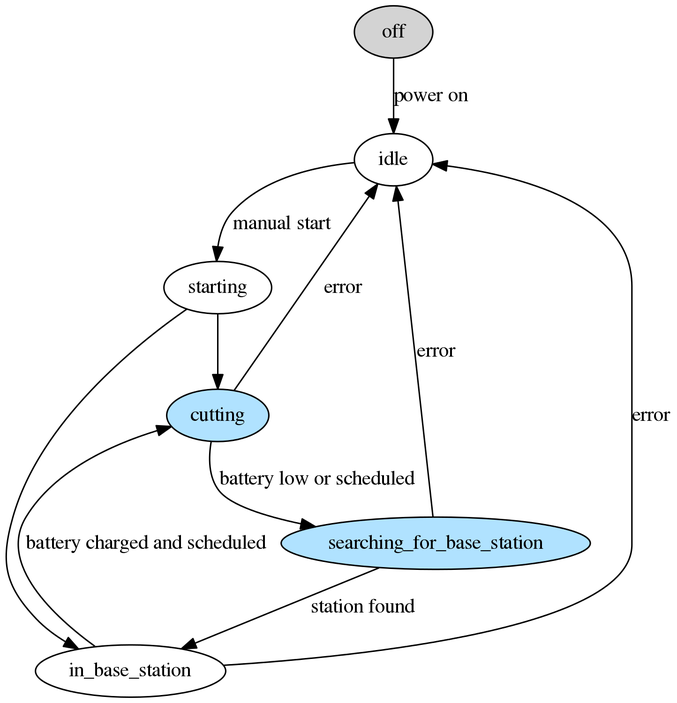
Earlier version of the Graphviz export doc/robot_state_machine.png (eerimoq/romeo). Its source is kept beside it as doc/robot_state_machine.dot.
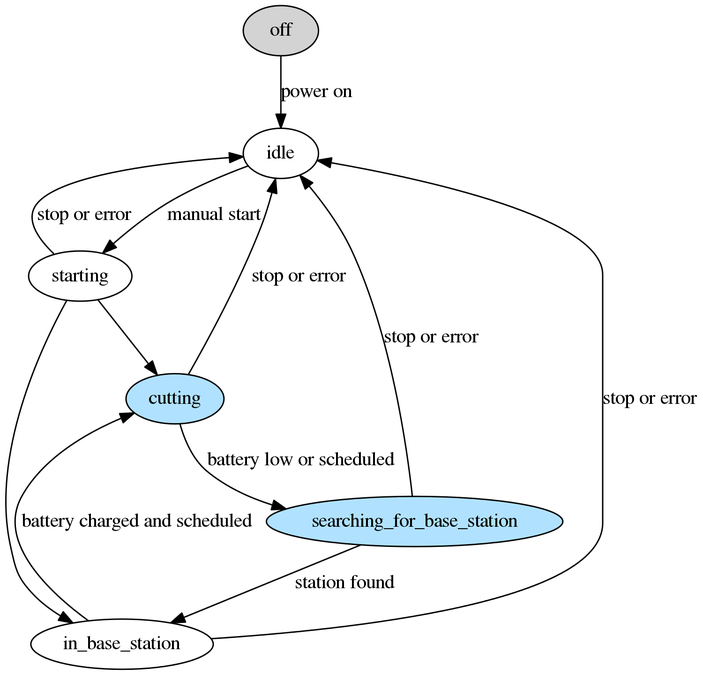
The same diagram one commit later.

Diff of the diagram source:
```diff
@@ -5,17 +5,18 @@
 
   idle -> starting [label="manual start"];
 
+  starting -> idle [label="stop or error"];
+  starting -> in_base_station;
   starting -> cutting;
-  starting -> in_base_station;
 
   cutting [style=filled, fillcolor=lightskyblue1];
-  cutting -> idle [label="error"];
+  cutting -> idle [label="stop or error"];
   cutting -> searching_for_base_station [label="battery low or scheduled"];
 
   searching_for_base_station [style=filled, fillcolor=lightskyblue1];
   searching_for_base_station -> in_base_station [label="station found"];
-  searching_for_base_station -> idle [label="error"];
+  searching_for_base_station -> idle [label="stop or error"];
 
   in_base_station -> cutting [label="battery charged and scheduled"];
-  in_base_station -> idle [label="error"];
+  in_base_station -> idle [label="stop or error"];
 }
```
